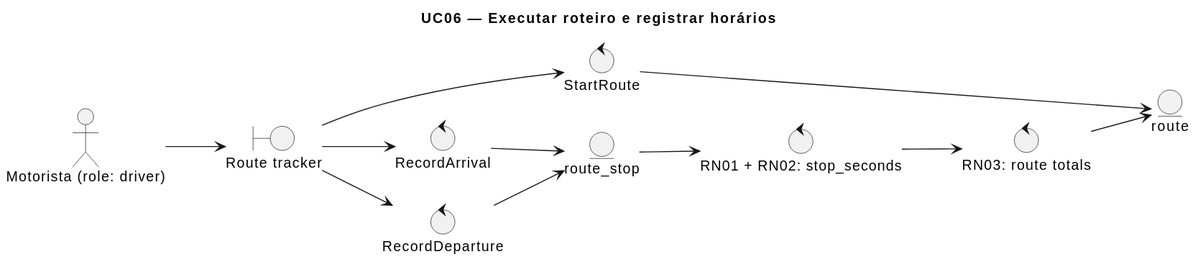
Above: docs/especificacao/diagrams/robustez-uc06-registrar-tempos.svg in xendak/terminus (PlantUML), before the change.
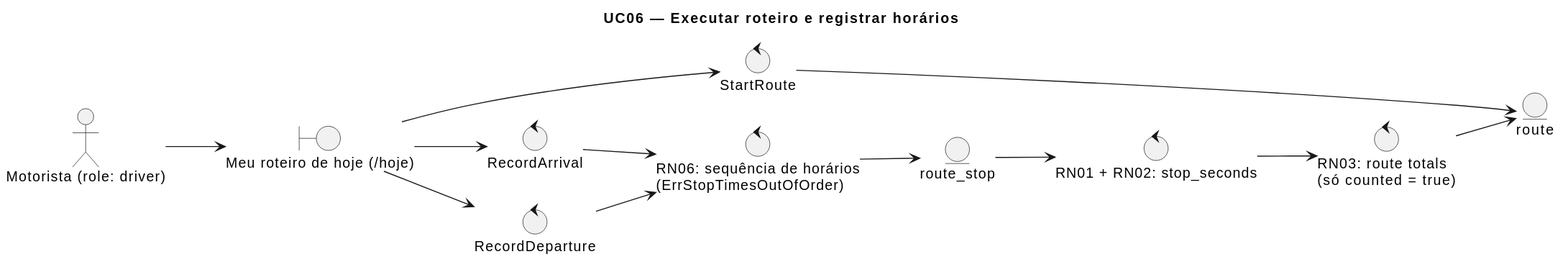
Later version of the same file.

What changed in the source:
```diff
@@ -4,12 +4,13 @@
 title UC06 — Executar roteiro e registrar horários
 
 actor "Motorista (role: driver)" as Motorista
-boundary "Route tracker" as B1
+boundary "Meu roteiro de hoje (/hoje)" as B1
 control "StartRoute" as C0
 control "RecordArrival" as C1
 control "RecordDeparture" as C2
+control "RN06: sequência de horários\n(ErrStopTimesOutOfOrder)" as C5
 control "RN01 + RN02: stop_seconds" as C3
-control "RN03: route totals" as C4
+control "RN03: route totals\n(só counted = true)" as C4
 entity "route_stop" as E1
 entity "route" as E2
 
@@ -18,8 +19,9 @@
 B1 --> C1
 B1 --> C2
 C0 --> E2
-C1 --> E1
-C2 --> E1
+C1 --> C5
+C2 --> C5
+C5 --> E1
 E1 --> C3
 C3 --> C4
 C4 --> E2
```
